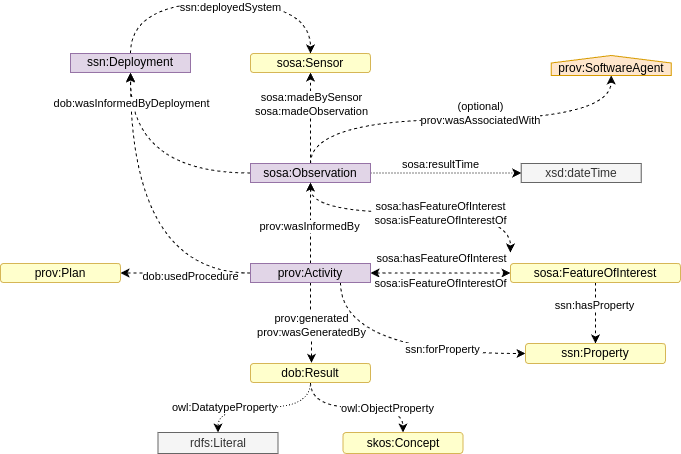
Above: docs/resources/sensor_observation.png in abc-rp/dob (draw.io), before the change. Source tidied: cells renumbered, new cells last; positions are measured from the earlier drawing's top-left corner, leaving out a move shared by most shapes.
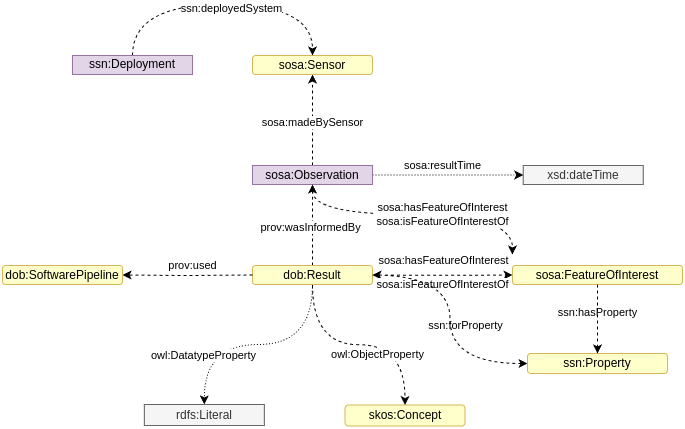
After the commit.

Diff of the diagram source:
```diff
@@ -2,17 +2,17 @@
   <root>
     <mxCell id="0" />
     <mxCell id="1" parent="0" />
-    <mxCell id="2" style="edgeStyle=orthogonalEdgeStyle;rounded=0;orthogonalLoop=1;jettySize=auto;html=1;exitX=0.5;exitY=1;exitDx=0;exitDy=0;entryX=0;entryY=0;entryDx=0;entryDy=0;curved=1;startArrow=classic;startFill=1;dashed=1;" parent="1" edge="1">
-      <mxGeometry relative="1" as="geometry">
-        <mxPoint x="310" y="180" as="sourcePoint" />
-        <mxPoint x="510" y="250" as="targetPoint" />
-        <Array as="points">
-          <mxPoint x="310" y="210" />
-          <mxPoint x="510" y="210" />
-        </Array>
-      </mxGeometry>
-    </mxCell>
+    <mxCell id="45" style="edgeStyle=orthogonalEdgeStyle;rounded=0;orthogonalLoop=1;jettySize=auto;html=1;exitX=0.5;exitY=1;exitDx=0;exitDy=0;entryX=0;entryY=0;entryDx=0;entryDy=0;curved=1;startArrow=classic;startFill=1;dashed=1;" parent="1" edge="1">
+      <mxGeometry relative="1" as="geometry">
+        <mxPoint x="310" y="180" as="sourcePoint" />
+        <mxPoint x="510" y="250" as="targetPoint" />
+        <Array as="points">
+          <mxPoint x="310" y="210" />
+          <mxPoint x="510" y="210" />
+        </Array>
+      </mxGeometry>
+    </mxCell>
-    <mxCell id="3" value="&lt;div&gt;sosa:hasFeatureOfInterest&lt;/div&gt;&lt;div&gt;sosa:isFeatureOfInterestOf&lt;/div&gt;" style="edgeLabel;html=1;align=center;verticalAlign=middle;" parent="2" vertex="1">
+    <mxCell id="3" value="&lt;div&gt;sosa:hasFeatureOfInterest&lt;/div&gt;&lt;div&gt;sosa:isFeatureOfInterestOf&lt;/div&gt;" style="edgeLabel;html=1;align=center;verticalAlign=middle;" parent="45" vertex="1">
       <mxGeometry x="-0.31" y="-7" relative="1" as="geometry">
         <mxPoint x="67" y="-7" as="offset" />
       </mxGeometry>
@@ -20,48 +20,35 @@
     <mxCell id="4" style="edgeStyle=orthogonalEdgeStyle;rounded=0;jettySize=auto;html=1;exitX=0.5;exitY=0;exitDx=0;exitDy=0;entryX=0.5;entryY=1;entryDx=0;entryDy=0;dashed=1;" parent="1" edge="1" source="9" target="35">
       <mxGeometry relative="1" as="geometry" />
     </mxCell>
-    <mxCell id="5" value="sosa:madeBySensor&lt;div&gt;sosa:madeObservation&lt;/div&gt;" style="edgeLabel;html=1;align=center;verticalAlign=middle;" parent="4" vertex="1">
-      <mxGeometry x="-0.04" relative="1" as="geometry">
-        <mxPoint y="-16" as="offset" />
-      </mxGeometry>
-    </mxCell>
-    <mxCell id="6" style="edgeStyle=orthogonalEdgeStyle;rounded=0;jettySize=auto;html=1;exitX=0.5;exitY=0;exitDx=0;exitDy=0;curved=1;entryX=0.5;entryY=0;entryDx=0;entryDy=0;dashed=1;" parent="1" edge="1" source="9" target="42">
-      <mxGeometry relative="1" as="geometry" />
-    </mxCell>
+    <mxCell id="46" value="sosa:madeBySensor" style="edgeLabel;html=1;align=center;verticalAlign=middle;" parent="4" vertex="1">
+      <mxGeometry x="-0.04" relative="1" as="geometry" />
+    </mxCell>
     <mxCell id="7" style="edgeStyle=orthogonalEdgeStyle;rounded=0;jettySize=auto;html=1;exitX=1;exitY=0.5;exitDx=0;exitDy=0;entryX=0;entryY=0.5;entryDx=0;entryDy=0;dashed=1;dashPattern=1 2;" parent="1" edge="1" source="9" target="41">
       <mxGeometry relative="1" as="geometry" />
     </mxCell>
-    <mxCell id="8" style="edgeStyle=orthogonalEdgeStyle;rounded=0;jettySize=auto;html=1;exitX=0;exitY=0.5;exitDx=0;exitDy=0;curved=1;dashed=1;" parent="1" edge="1" source="9">
-      <mxGeometry relative="1" as="geometry">
-        <mxPoint x="130" y="71" as="targetPoint" />
-      </mxGeometry>
-    </mxCell>
     <mxCell id="9" value="sosa:Observation" style="rounded=0;whiteSpace=wrap;html=1;fontStyle=0;fillColor=#e1d5e7;strokeColor=#9673a6;" parent="1" vertex="1">
       <mxGeometry x="250" y="161" width="120" height="19" as="geometry" />
     </mxCell>
-    <mxCell id="10" style="edgeStyle=orthogonalEdgeStyle;rounded=0;jettySize=auto;html=1;exitX=0.5;exitY=1;exitDx=0;exitDy=0;entryX=0.5;entryY=0;entryDx=0;entryDy=0;dashed=1;" parent="1" edge="1" source="12" target="44">
-      <mxGeometry relative="1" as="geometry" />
-    </mxCell>
-    <mxCell id="11" value="ssn:hasProperty" style="edgeLabel;html=1;align=center;verticalAlign=middle;" parent="10" vertex="1">
-      <mxGeometry x="-0.28" y="-2" relative="1" as="geometry" />
-    </mxCell>
     <mxCell id="12" value="sosa:FeatureOfInterest" style="rounded=1;whiteSpace=wrap;html=1;fontStyle=0;fillColor=#FFFFCC;strokeColor=#d6b656;" parent="1" vertex="1">
       <mxGeometry x="510" y="261" width="170" height="19" as="geometry" />
     </mxCell>
-    <mxCell id="13" style="edgeStyle=orthogonalEdgeStyle;rounded=0;jettySize=auto;html=1;exitX=1;exitY=0.5;exitDx=0;exitDy=0;entryX=0;entryY=0.5;entryDx=0;entryDy=0;curved=1;startArrow=classic;startFill=1;dashed=1;" parent="1" edge="1" source="32" target="12">
-      <mxGeometry relative="1" as="geometry" />
-    </mxCell>
+    <mxCell id="47" style="edgeStyle=orthogonalEdgeStyle;rounded=0;jettySize=auto;html=1;exitX=1;exitY=0.5;exitDx=0;exitDy=0;entryX=0;entryY=0.5;entryDx=0;entryDy=0;curved=1;startArrow=classic;startFill=1;dashed=1;" parent="1" edge="1" target="12">
+      <mxGeometry relative="1" as="geometry">
+        <mxPoint x="370" y="270.5" as="sourcePoint" />
+      </mxGeometry>
+    </mxCell>
-    <mxCell id="14" value="sosa:hasFeatureOfInterest" style="edgeLabel;html=1;align=center;verticalAlign=middle;" parent="13" vertex="1">
+    <mxCell id="14" value="sosa:hasFeatureOfInterest" style="edgeLabel;html=1;align=center;verticalAlign=middle;" parent="47" vertex="1">
       <mxGeometry x="-0.01" relative="1" as="geometry">
         <mxPoint x="1" y="-15" as="offset" />
       </mxGeometry>
     </mxCell>
-    <mxCell id="15" style="edgeStyle=orthogonalEdgeStyle;rounded=0;jettySize=auto;html=1;exitX=0.5;exitY=0;exitDx=0;exitDy=0;entryX=0.5;entryY=1;entryDx=0;entryDy=0;dashed=1;" parent="1" edge="1" source="32">
-      <mxGeometry relative="1" as="geometry">
-        <mxPoint x="310" y="180" as="targetPoint" />
-      </mxGeometry>
-    </mxCell>
+    <mxCell id="48" style="edgeStyle=orthogonalEdgeStyle;rounded=0;orthogonalLoop=1;jettySize=auto;html=1;exitX=0.5;exitY=0;exitDx=0;exitDy=0;entryX=0.5;entryY=1;entryDx=0;entryDy=0;dashed=1;" parent="1" edge="1">
+      <mxGeometry relative="1" as="geometry">
+        <mxPoint x="310" y="261" as="sourcePoint" />
+        <mxPoint x="310" y="180" as="targetPoint" />
+      </mxGeometry>
+    </mxCell>
-    <mxCell id="16" value="prov:wasInformedBy" style="edgeLabel;html=1;align=center;verticalAlign=middle;" parent="15" vertex="1">
+    <mxCell id="16" value="prov:wasInformedBy" style="edgeLabel;html=1;align=center;verticalAlign=middle;" parent="48" vertex="1">
       <mxGeometry x="-0.06" y="2" relative="1" as="geometry" />
     </mxCell>
     <mxCell id="17" style="edgeStyle=orthogonalEdgeStyle;rounded=0;jettySize=auto;html=1;exitX=0.5;exitY=1;exitDx=0;exitDy=0;entryX=0.5;entryY=0;entryDx=0;entryDy=0;curved=1;dashed=1;dashPattern=1 2;" parent="1" edge="1" source="21" target="23">
@@ -75,59 +62,32 @@
     </mxCell>
     <mxCell id="20" value="owl:ObjectProperty" style="edgeLabel;html=1;align=center;verticalAlign=middle;" parent="19" vertex="1">
       <mxGeometry x="0.08" y="-3" relative="1" as="geometry">
-        <mxPoint x="24" y="-3" as="offset" />
+        <mxPoint x="11" y="6" as="offset" />
       </mxGeometry>
     </mxCell>
     <mxCell id="21" value="dob:Result" style="rounded=1;whiteSpace=wrap;html=1;fontStyle=0;fillColor=#FFFFCC;strokeColor=#d6b656;" parent="1" vertex="1">
-      <mxGeometry x="250" y="361" width="120" height="19" as="geometry" />
+      <mxGeometry x="250" y="261" width="120" height="19" as="geometry" />
     </mxCell>
     <mxCell id="22" value="skos:Concept" style="rounded=1;whiteSpace=wrap;html=1;fontStyle=0;fillColor=#FFFFCC;strokeColor=#d6b656;" parent="1" vertex="1">
-      <mxGeometry x="342.5" y="430" width="120" height="21" as="geometry" />
+      <mxGeometry x="342.5" y="400.5" width="120" height="21" as="geometry" />
     </mxCell>
     <mxCell id="23" value="rdfs:Literal" style="rounded=0;whiteSpace=wrap;html=1;fontStyle=0;fillColor=#f5f5f5;fontColor=#333333;strokeColor=#666666;" parent="1" vertex="1">
-      <mxGeometry x="157.5" y="430" width="120" height="21" as="geometry" />
+      <mxGeometry x="141.8" y="400" width="120" height="21" as="geometry" />
     </mxCell>
-    <mxCell id="24" style="edgeStyle=orthogonalEdgeStyle;rounded=0;jettySize=auto;html=1;exitX=0.5;exitY=1;exitDx=0;exitDy=0;entryX=0.508;entryY=-0.035;entryDx=0;entryDy=0;entryPerimeter=0;dashed=1;" parent="1" edge="1" source="32" target="21">
-      <mxGeometry relative="1" as="geometry" />
-    </mxCell>
-    <mxCell id="25" value="prov:generated&lt;div&gt;prov:wasGeneratedBy&lt;/div&gt;" style="edgeLabel;html=1;align=center;verticalAlign=middle;" parent="24" vertex="1">
-      <mxGeometry x="0.09" relative="1" as="geometry" />
-    </mxCell>
-    <mxCell id="26" style="edgeStyle=orthogonalEdgeStyle;rounded=0;jettySize=auto;html=1;exitX=0;exitY=0.5;exitDx=0;exitDy=0;entryX=1;entryY=0.5;entryDx=0;entryDy=0;dashed=1;" parent="1" edge="1" source="32" target="34">
-      <mxGeometry relative="1" as="geometry" />
-    </mxCell>
-    <mxCell id="27" value="dob:usedProcedure" style="edgeLabel;html=1;align=center;verticalAlign=middle;" parent="26" vertex="1">
-      <mxGeometry x="-0.06" y="3" relative="1" as="geometry" />
-    </mxCell>
-    <mxCell id="28" style="edgeStyle=orthogonalEdgeStyle;rounded=0;jettySize=auto;html=1;exitX=0;exitY=0.5;exitDx=0;exitDy=0;entryX=0.5;entryY=1;entryDx=0;entryDy=0;curved=1;dashed=1;" parent="1" edge="1" source="32" target="39">
-      <mxGeometry relative="1" as="geometry" />
-    </mxCell>
-    <mxCell id="29" value="dob:wasInformedByDeployment" style="edgeLabel;html=1;align=center;verticalAlign=middle;" parent="28" vertex="1">
-      <mxGeometry x="0.35" y="-5" relative="1" as="geometry">
-        <mxPoint x="-5" y="-73" as="offset" />
-      </mxGeometry>
-    </mxCell>
-    <mxCell id="30" style="edgeStyle=orthogonalEdgeStyle;rounded=0;jettySize=auto;html=1;exitX=0.75;exitY=1;exitDx=0;exitDy=0;entryX=0;entryY=0.5;entryDx=0;entryDy=0;curved=1;dashed=1;" parent="1" edge="1" source="32" target="44">
-      <mxGeometry relative="1" as="geometry" />
-    </mxCell>
-    <mxCell id="31" value="ssn:forProperty" style="edgeLabel;html=1;align=center;verticalAlign=middle;" parent="30" vertex="1">
-      <mxGeometry x="0.34" y="5" relative="1" as="geometry" />
-    </mxCell>
-    <mxCell id="32" value="prov:Activity" style="rounded=0;whiteSpace=wrap;html=1;fontStyle=0;fillColor=#e1d5e7;strokeColor=#9673a6;" parent="1" vertex="1">
-      <mxGeometry x="250" y="261" width="120" height="19" as="geometry" />
-    </mxCell>
+    <mxCell id="49" style="edgeStyle=orthogonalEdgeStyle;rounded=0;jettySize=auto;html=1;exitX=0;exitY=0.5;exitDx=0;exitDy=0;entryX=1;entryY=0.5;entryDx=0;entryDy=0;dashed=1;" parent="1" edge="1" target="50">
+      <mxGeometry relative="1" as="geometry">
+        <mxPoint x="250" y="270.5" as="sourcePoint" />
+      </mxGeometry>
+    </mxCell>
     <mxCell id="33" value="sosa:isFeatureOfInterestOf" style="edgeLabel;html=1;align=center;verticalAlign=middle;" parent="1" vertex="1">
       <mxGeometry x="440" y="280" as="geometry" />
     </mxCell>
-    <mxCell id="34" value="prov:Plan" style="rounded=1;whiteSpace=wrap;html=1;fontStyle=0;fillColor=#FFFFCC;strokeColor=#d6b656;" parent="1" vertex="1">
-      <mxGeometry y="261" width="120" height="19" as="geometry" />
-    </mxCell>
+    <mxCell id="50" value="dob:SoftwarePipeline" style="rounded=1;whiteSpace=wrap;html=1;fontStyle=0;fillColor=#FFFFCC;strokeColor=#d6b656;" parent="1" vertex="1">
+      <mxGeometry y="261" width="120" height="19" as="geometry" />
+    </mxCell>
     <mxCell id="35" value="sosa:Sensor" style="rounded=1;whiteSpace=wrap;html=1;fontStyle=0;fillColor=#FFFFCC;strokeColor=#d6b656;" parent="1" vertex="1">
       <mxGeometry x="250" y="51" width="120" height="19" as="geometry" />
     </mxCell>
-    <mxCell id="36" value="(optional)&lt;div&gt;prov:wasAssociatedWith&lt;/div&gt;" style="edgeLabel;html=1;align=center;verticalAlign=middle;" parent="1" vertex="1">
-      <mxGeometry x="480" y="110" as="geometry" />
-    </mxCell>
     <mxCell id="37" style="edgeStyle=orthogonalEdgeStyle;rounded=0;jettySize=auto;html=1;exitX=0.5;exitY=0;exitDx=0;exitDy=0;entryX=0.5;entryY=0;entryDx=0;entryDy=0;curved=1;dashed=1;" parent="1" edge="1" source="39" target="35">
       <mxGeometry relative="1" as="geometry">
         <Array as="points">
@@ -148,14 +108,23 @@
     <mxCell id="41" value="xsd:dateTime" style="rounded=0;whiteSpace=wrap;html=1;fontStyle=0;fillColor=#f5f5f5;fontColor=#333333;strokeColor=#666666;" parent="1" vertex="1">
       <mxGeometry x="520.7" y="161" width="120" height="19" as="geometry" />
     </mxCell>
-    <mxCell id="42" style="shape=offPageConnector;whiteSpace=wrap;html=1;rotation=-180;fillColor=#ffe6cc;strokeColor=#d79b00;" parent="1" vertex="1">
-      <mxGeometry x="550.7" y="53" width="120" height="20" as="geometry" />
-    </mxCell>
-    <mxCell id="43" value="prov:SoftwareAgent" style="text;html=1;align=center;verticalAlign=middle;whiteSpace=wrap;rounded=0;fontStyle=0;" parent="1" vertex="1">
-      <mxGeometry x="580.7" y="56" width="60" height="20" as="geometry" />
-    </mxCell>
+    <mxCell id="11" value="ssn:hasProperty" style="edgeLabel;html=1;align=center;verticalAlign=middle;" parent="1" vertex="1">
+      <mxGeometry x="595" y="308" as="geometry" />
+    </mxCell>
+    <mxCell id="31" value="ssn:forProperty" style="edgeLabel;html=1;align=center;verticalAlign=middle;" parent="1" vertex="1">
+      <mxGeometry x="462.5" y="321" as="geometry" />
+    </mxCell>
     <mxCell id="44" value="ssn:Property" style="rounded=1;whiteSpace=wrap;html=1;fontStyle=0;fillColor=#FFFFCC;strokeColor=#d6b656;" parent="1" vertex="1">
-      <mxGeometry x="525" y="341" width="140" height="20" as="geometry" />
+      <mxGeometry x="525" y="349" width="140" height="20" as="geometry" />
     </mxCell>
+    <mxCell id="10" style="edgeStyle=orthogonalEdgeStyle;rounded=0;jettySize=auto;html=1;exitX=0.5;exitY=1;exitDx=0;exitDy=0;entryX=0.5;entryY=0;entryDx=0;entryDy=0;dashed=1;" parent="1" edge="1" source="12" target="44">
+      <mxGeometry relative="1" as="geometry" />
+    </mxCell>
+    <mxCell id="51" style="edgeStyle=orthogonalEdgeStyle;rounded=0;jettySize=auto;html=1;entryX=0;entryY=0.5;entryDx=0;entryDy=0;curved=1;dashed=1;" parent="1" edge="1" source="21" target="44">
+      <mxGeometry relative="1" as="geometry" />
+    </mxCell>
+    <mxCell id="52" value="prov:used" style="edgeLabel;html=1;align=center;verticalAlign=middle;" parent="1" vertex="1">
+      <mxGeometry x="190" y="261" as="geometry" />
+    </mxCell>
   </root>
 </mxGraphModel>
```
